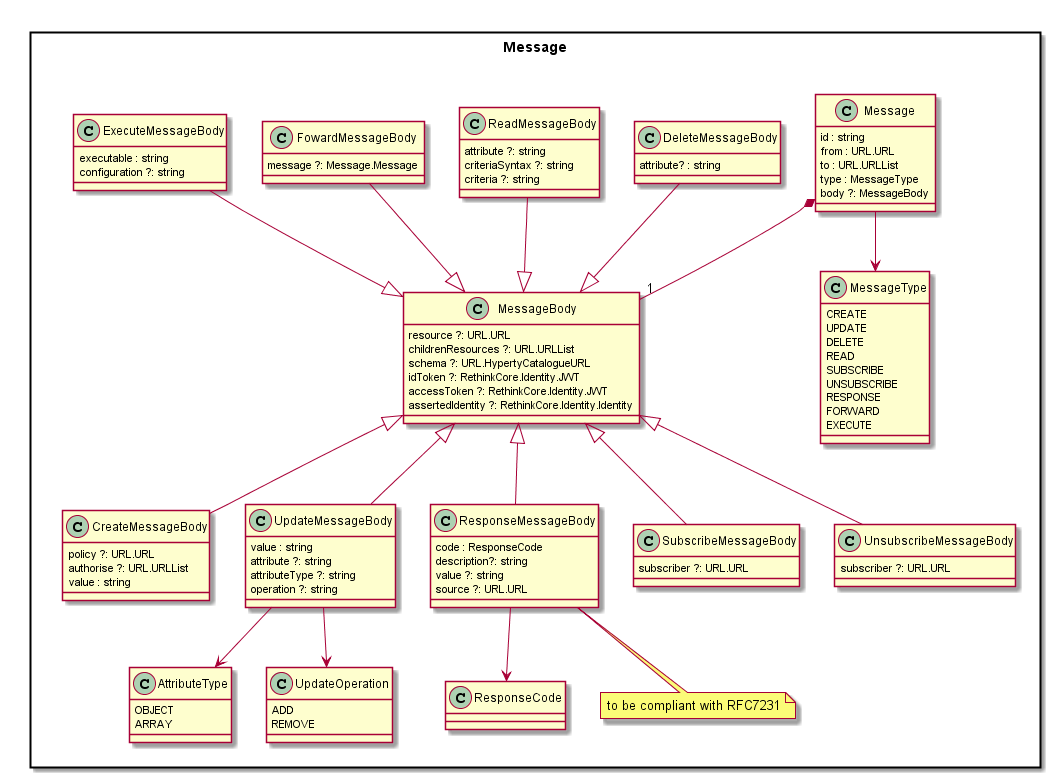
The PlantUML diagram docs/datamodel/Message-Data-Model.png in reTHINK-project/dev-service-framework, before a commit.
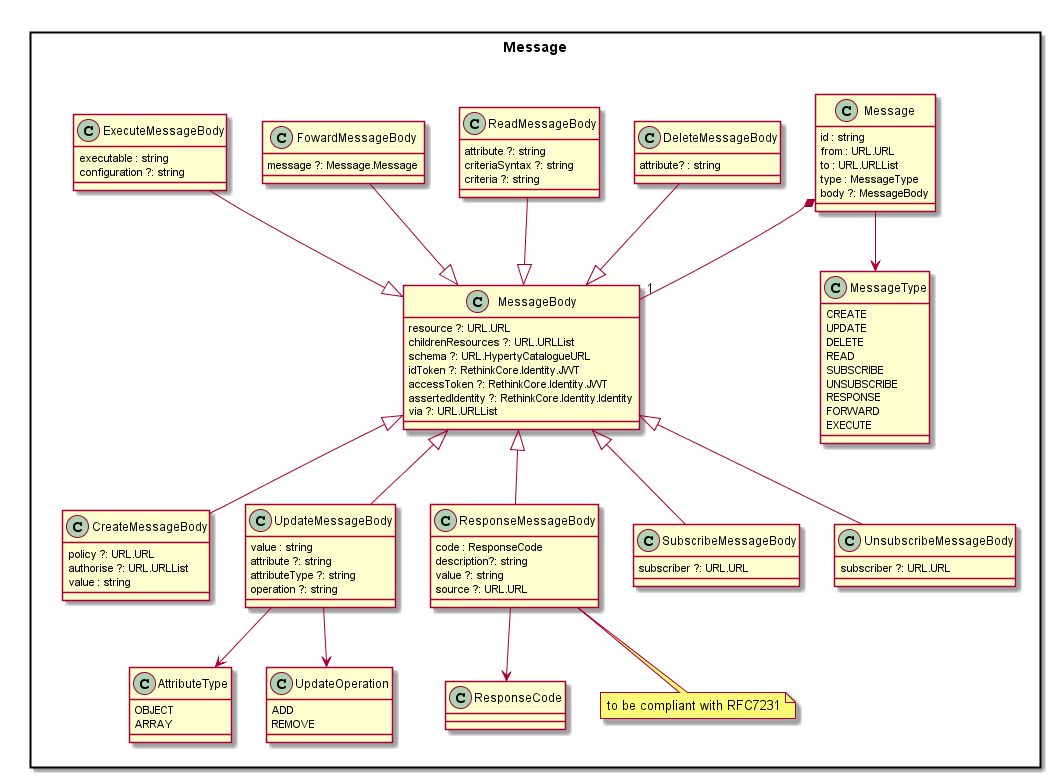
The same file after the commit.

Change to the diagram source:
```diff
@@ -17,6 +17,7 @@
 		idToken ?: RethinkCore.Identity.JWT
 		accessToken ?: RethinkCore.Identity.JWT
 		assertedIdentity ?: RethinkCore.Identity.Identity
+		via ?: URL.URLList
 	}
 
 	class CreateMessageBody {
```
